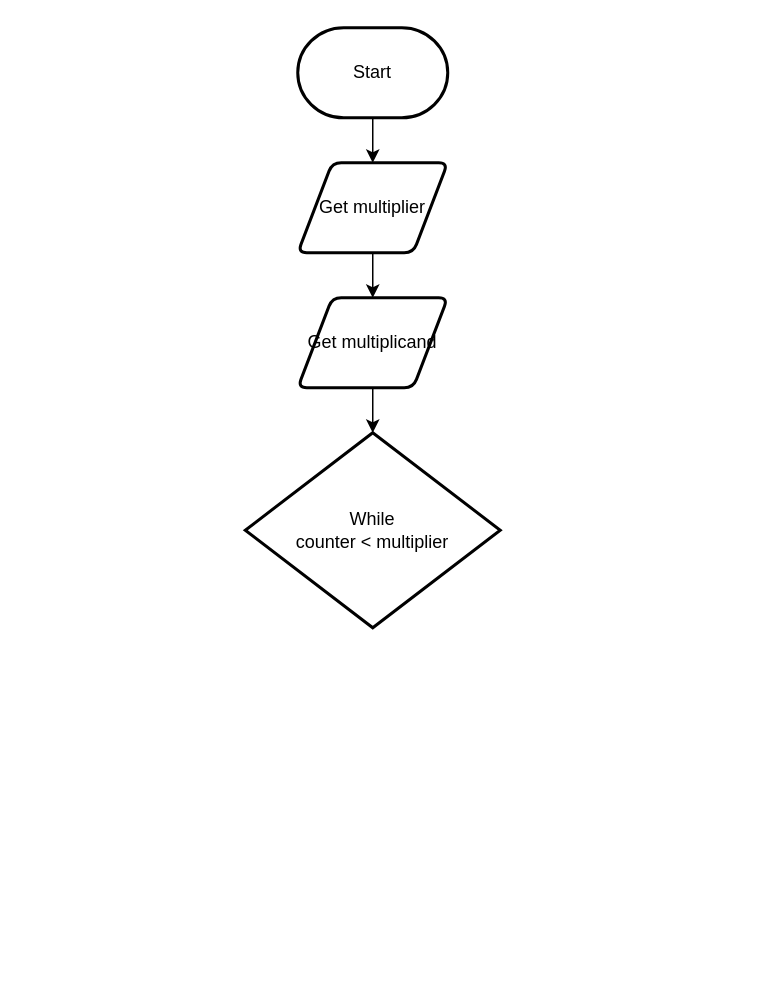
Earlier version of the draw.io diagram design/flowchart.drawio (MTHS-ICS2O-2-2022/ICS2O-Unit-5-06-jakub-malhotra). Source tidied: cells renumbered, new cells numbered last; positions are measured from the earlier drawing's top-left corner, leaving out a move shared by most shapes. Both pictures are drawn from the tidied source at 150%, with x=0, y=0 at pixel (244, 27).
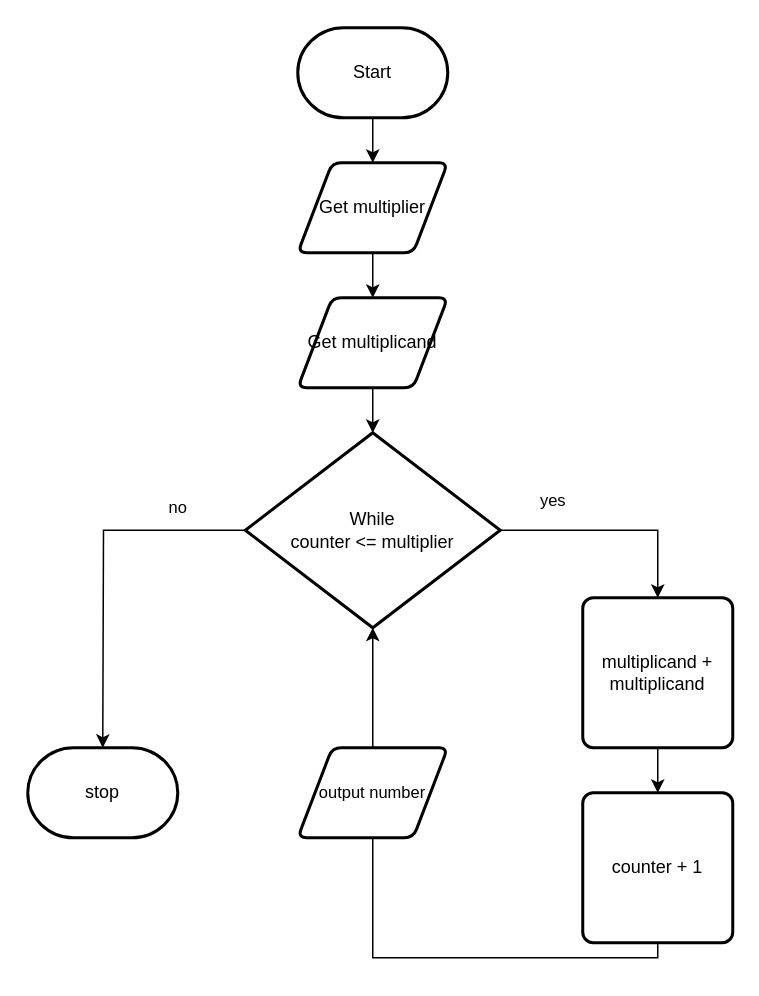
The same page after the edit.

Diff of the diagram source:
```diff
@@
 <mxGraphModel>
   <root>
     <mxCell id="0" />
     <mxCell id="1" parent="0" />
     <mxCell id="2" style="edgeStyle=none;html=1;" parent="1" edge="1" source="3" target="5">
       <mxGeometry relative="1" as="geometry" />
     </mxCell>
     <mxCell id="3" value="Start" style="strokeWidth=2;html=1;shape=mxgraph.flowchart.terminator;whiteSpace=wrap;" parent="1" vertex="1">
       <mxGeometry x="35" width="100" height="60" as="geometry" />
     </mxCell>
     <mxCell id="4" style="edgeStyle=none;html=1;" parent="1" edge="1" source="5" target="7">
       <mxGeometry relative="1" as="geometry" />
     </mxCell>
     <mxCell id="5" value="Get multiplier" style="shape=parallelogram;html=1;strokeWidth=2;perimeter=parallelogramPerimeter;whiteSpace=wrap;rounded=1;arcSize=12;size=0.23;" parent="1" vertex="1">
       <mxGeometry x="35" y="90" width="100" height="60" as="geometry" />
     </mxCell>
     <mxCell id="6" style="edgeStyle=none;html=1;entryX=0.5;entryY=0;entryDx=0;entryDy=0;entryPerimeter=0;" parent="1" edge="1" source="7" target="8">
       <mxGeometry relative="1" as="geometry" />
     </mxCell>
     <mxCell id="7" value="Get multiplicand" style="shape=parallelogram;html=1;strokeWidth=2;perimeter=parallelogramPerimeter;whiteSpace=wrap;rounded=1;arcSize=12;size=0.23;" parent="1" vertex="1">
       <mxGeometry x="35" y="180" width="100" height="60" as="geometry" />
     </mxCell>
+    <mxCell id="9" style="edgeStyle=orthogonalEdgeStyle;html=1;exitX=1;exitY=0.5;exitDx=0;exitDy=0;exitPerimeter=0;entryX=0.5;entryY=0;entryDx=0;entryDy=0;rounded=0;" parent="1" edge="1" source="8" target="12">
+      <mxGeometry relative="1" as="geometry" />
+    </mxCell>
+    <mxCell id="10" style="edgeStyle=orthogonalEdgeStyle;shape=connector;rounded=0;html=1;exitX=0;exitY=0.5;exitDx=0;exitDy=0;exitPerimeter=0;labelBackgroundColor=default;strokeColor=default;fontFamily=Helvetica;fontSize=11;fontColor=default;endArrow=classic;" parent="1" edge="1" source="8">
+      <mxGeometry relative="1" as="geometry">
+        <mxPoint x="-95" y="480" as="targetPoint" />
+      </mxGeometry>
+    </mxCell>
-    <mxCell id="8" value="While&lt;br&gt;counter &amp;lt; multiplier" style="strokeWidth=2;html=1;shape=mxgraph.flowchart.decision;whiteSpace=wrap;" parent="1" vertex="1">
+    <mxCell id="8" value="While&lt;br&gt;counter &amp;lt;= multiplier" style="strokeWidth=2;html=1;shape=mxgraph.flowchart.decision;whiteSpace=wrap;" parent="1" vertex="1">
       <mxGeometry y="270" width="170" height="130" as="geometry" />
     </mxCell>
+    <mxCell id="11" style="edgeStyle=orthogonalEdgeStyle;shape=connector;rounded=0;html=1;exitX=0.5;exitY=1;exitDx=0;exitDy=0;entryX=0.5;entryY=0;entryDx=0;entryDy=0;labelBackgroundColor=default;strokeColor=default;fontFamily=Helvetica;fontSize=11;fontColor=default;endArrow=classic;" parent="1" edge="1" source="12" target="14">
+      <mxGeometry relative="1" as="geometry" />
+    </mxCell>
+    <mxCell id="12" value="multiplicand + multiplicand" style="rounded=1;whiteSpace=wrap;html=1;absoluteArcSize=1;arcSize=14;strokeWidth=2;" parent="1" vertex="1">
+      <mxGeometry x="225" y="380" width="100" height="100" as="geometry" />
+    </mxCell>
+    <mxCell id="13" style="edgeStyle=orthogonalEdgeStyle;shape=connector;rounded=0;html=1;exitX=0.5;exitY=1;exitDx=0;exitDy=0;entryX=0.5;entryY=1;entryDx=0;entryDy=0;entryPerimeter=0;labelBackgroundColor=default;strokeColor=default;fontFamily=Helvetica;fontSize=11;fontColor=default;endArrow=classic;" parent="1" edge="1" source="14" target="8">
+      <mxGeometry relative="1" as="geometry" />
+    </mxCell>
+    <mxCell id="14" value="counter + 1" style="rounded=1;whiteSpace=wrap;html=1;absoluteArcSize=1;arcSize=14;strokeWidth=2;" parent="1" vertex="1">
+      <mxGeometry x="225" y="510" width="100" height="100" as="geometry" />
+    </mxCell>
+    <mxCell id="15" value="yes" style="text;html=1;align=center;verticalAlign=middle;strokeColor=none;fillColor=none;fontSize=11;fontFamily=Helvetica;fontColor=default;" parent="1" vertex="1">
+      <mxGeometry x="185" y="300" width="40" height="30" as="geometry" />
+    </mxCell>
+    <mxCell id="16" value="output number" style="shape=parallelogram;html=1;strokeWidth=2;perimeter=parallelogramPerimeter;whiteSpace=wrap;rounded=1;arcSize=12;size=0.23;fontFamily=Helvetica;fontSize=11;fontColor=default;" parent="1" vertex="1">
+      <mxGeometry x="35" y="480" width="100" height="60" as="geometry" />
+    </mxCell>
+    <mxCell id="17" value="stop" style="strokeWidth=2;html=1;shape=mxgraph.flowchart.terminator;whiteSpace=wrap;" parent="1" vertex="1">
+      <mxGeometry x="-145" y="480" width="100" height="60" as="geometry" />
+    </mxCell>
+    <mxCell id="18" value="no" style="text;html=1;align=center;verticalAlign=middle;strokeColor=none;fillColor=none;fontSize=11;fontFamily=Helvetica;fontColor=default;" parent="1" vertex="1">
+      <mxGeometry x="-65" y="305" width="40" height="30" as="geometry" />
+    </mxCell>
   </root>
 </mxGraphModel>
```
